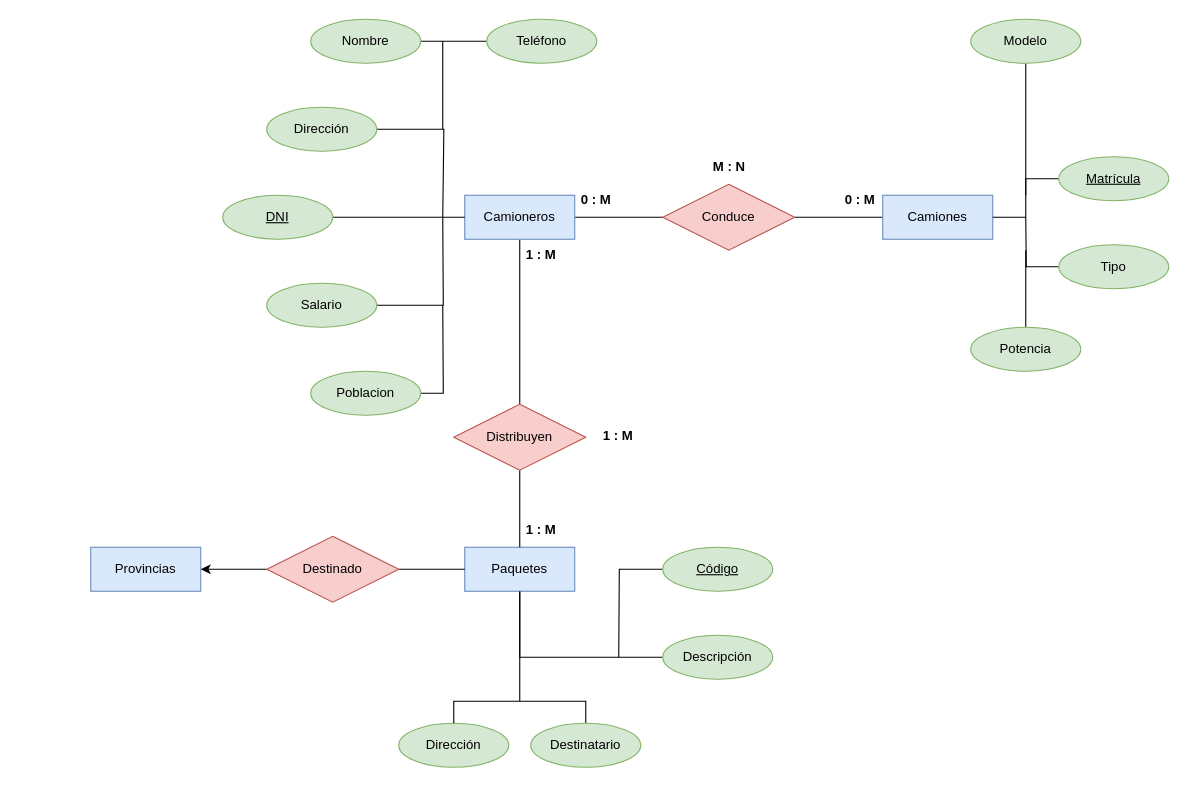
AngelDavidStudios/Diagramas_BdD_1 keeps this draw.io diagram as Progreso_1/Actividad_PS2_Diagrama_1.drawio. Above is the earlier version. Source tidied: cells renumbered, new cells numbered last; positions are measured from the earlier drawing's top-left corner, leaving out a move shared by most shapes. Both pictures are drawn from the tidied source at 110%, with x=0, y=0 at pixel (90, 19).
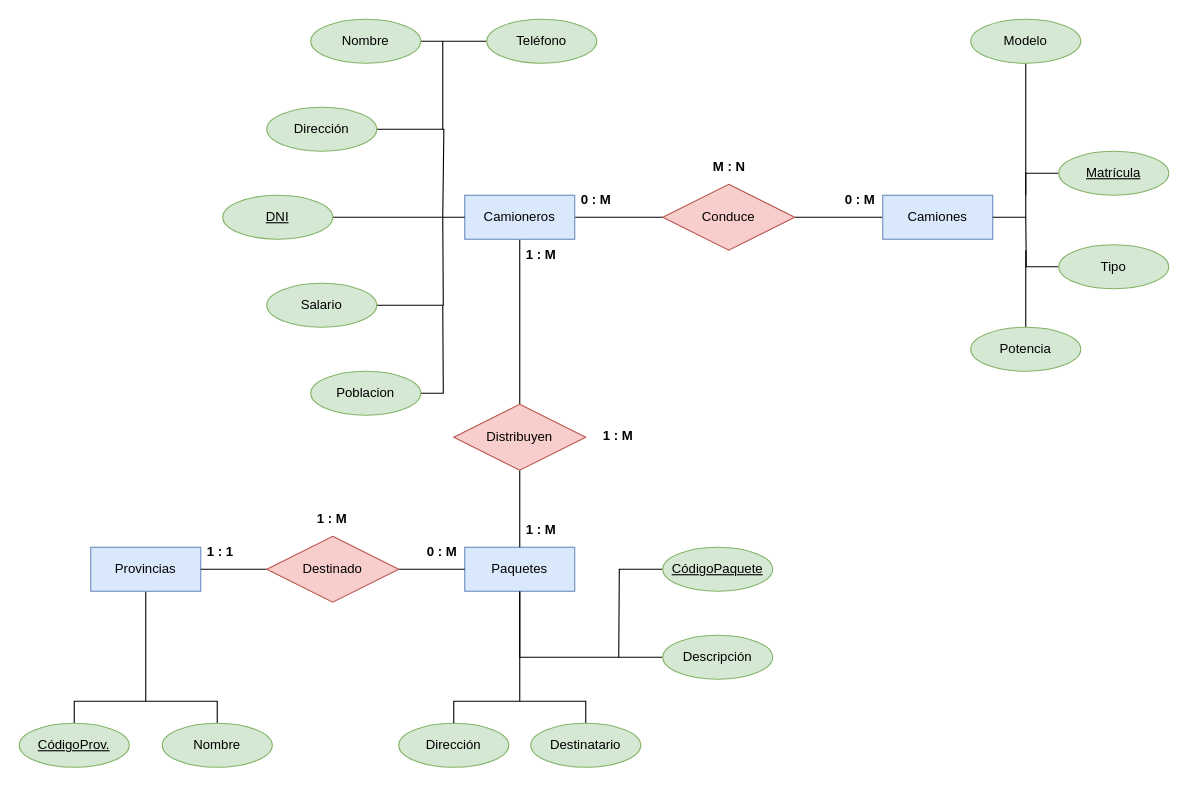
Above is the later version.

Commit message:
Finalizado el modelo 1

Unchanged cells that the change refers to:
```xml
<mxCell id="9" value="Provincias" style="whiteSpace=wrap;html=1;align=center;fillColor=#dae8fc;strokeColor=#6c8ebf;" parent="1" vertex="1">
  <mxGeometry y="480" width="100" height="40" as="geometry" />
</mxCell>
<mxCell id="38" value="Destinado" style="shape=rhombus;perimeter=rhombusPerimeter;whiteSpace=wrap;html=1;align=center;fillColor=#f8cecc;strokeColor=#b85450;" parent="1" vertex="1">
  <mxGeometry x="160" y="470" width="120" height="60" as="geometry" />
</mxCell>
```

Change to the diagram source:
```diff
@@
+    <mxCell id="49" style="edgeStyle=orthogonalEdgeStyle;rounded=0;jettySize=auto;html=1;endArrow=none;endFill=0;" parent="1" edge="1" source="9">
+      <mxGeometry relative="1" as="geometry">
+        <mxPoint x="50" y="620" as="targetPoint" />
+      </mxGeometry>
+    </mxCell>
@@
     <mxCell id="27" value="Matrícula" style="ellipse;whiteSpace=wrap;html=1;align=center;fontStyle=4;fillColor=#d5e8d4;strokeColor=#82b366;" parent="1" vertex="1">
-      <mxGeometry x="880" y="125" width="100" height="40" as="geometry" />
+      <mxGeometry x="880" y="120" width="100" height="40" as="geometry" />
     </mxCell>
@@
-    <mxCell id="37" style="edgeStyle=orthogonalEdgeStyle;rounded=0;jettySize=auto;html=1;" parent="1" edge="1" source="38" target="9">
-      <mxGeometry relative="1" as="geometry" />
+    <mxCell id="37" style="edgeStyle=orthogonalEdgeStyle;rounded=0;jettySize=auto;html=1;endArrow=none;endFill=0;" parent="1" edge="1" source="38" target="9">
+      <mxGeometry relative="1" as="geometry">
+        <Array as="points">
+          <mxPoint x="150" y="500" />
+          <mxPoint x="150" y="500" />
+        </Array>
+      </mxGeometry>
     </mxCell>
@@
-    <mxCell id="43" value="Código" style="ellipse;whiteSpace=wrap;html=1;align=center;fontStyle=4;fillColor=#d5e8d4;strokeColor=#82b366;" parent="1" vertex="1">
+    <mxCell id="43" value="CódigoPaquete" style="ellipse;whiteSpace=wrap;html=1;align=center;fontStyle=4;fillColor=#d5e8d4;strokeColor=#82b366;" parent="1" vertex="1">
       <mxGeometry x="520" y="480" width="100" height="40" as="geometry" />
     </mxCell>
@@
+    <mxCell id="50" style="edgeStyle=orthogonalEdgeStyle;rounded=0;jettySize=auto;html=1;entryX=0.5;entryY=0;entryDx=0;entryDy=0;exitX=0.5;exitY=0;exitDx=0;exitDy=0;endArrow=none;endFill=0;" parent="1" edge="1" source="51" target="52">
+      <mxGeometry relative="1" as="geometry" />
+    </mxCell>
+    <mxCell id="51" value="CódigoProv." style="ellipse;whiteSpace=wrap;html=1;align=center;fontStyle=4;fillColor=#d5e8d4;strokeColor=#82b366;" parent="1" vertex="1">
+      <mxGeometry x="-65" y="640" width="100" height="40" as="geometry" />
+    </mxCell>
+    <mxCell id="52" value="Nombre" style="ellipse;whiteSpace=wrap;html=1;align=center;fillColor=#d5e8d4;strokeColor=#82b366;" parent="1" vertex="1">
+      <mxGeometry x="65" y="640" width="100" height="40" as="geometry" />
+    </mxCell>
+    <mxCell id="53" value="1 : M" style="text;strokeColor=none;fillColor=none;spacingLeft=4;spacingRight=4;overflow=hidden;fontSize=12;whiteSpace=wrap;html=1;fontStyle=1;" parent="1" vertex="1">
+      <mxGeometry x="200" y="440" width="40" height="30" as="geometry" />
+    </mxCell>
+    <mxCell id="54" value="1 : 1" style="text;strokeColor=none;fillColor=none;spacingLeft=4;spacingRight=4;overflow=hidden;fontSize=12;whiteSpace=wrap;html=1;fontStyle=1;" parent="1" vertex="1">
+      <mxGeometry x="100" y="470" width="40" height="30" as="geometry" />
+    </mxCell>
+    <mxCell id="55" value="0 : M" style="text;strokeColor=none;fillColor=none;spacingLeft=4;spacingRight=4;overflow=hidden;fontSize=12;whiteSpace=wrap;html=1;fontStyle=1;" parent="1" vertex="1">
+      <mxGeometry x="300" y="470" width="40" height="30" as="geometry" />
+    </mxCell>
```
